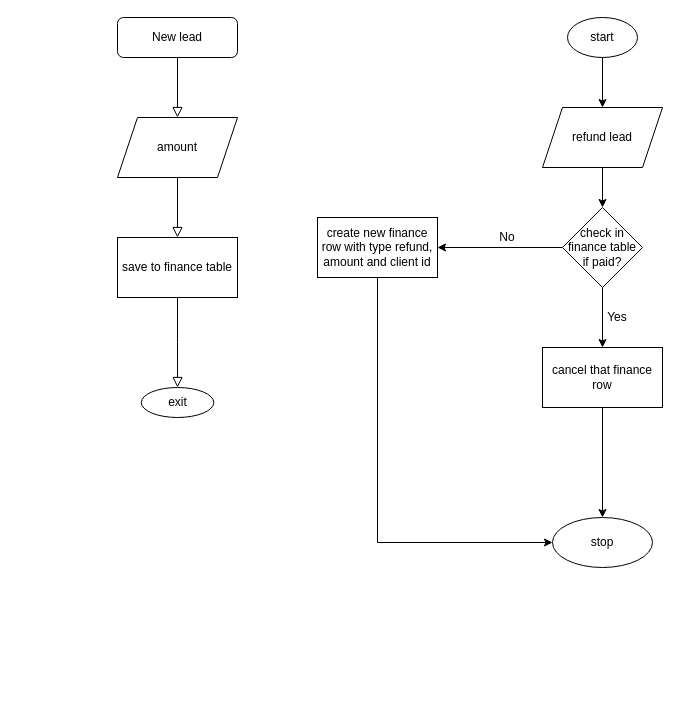
The draw.io diagram Untitled Diagram.drawio in bickyraj/hotel, before the edit. Source tidied: cells renumbered, new cells numbered last; positions are measured from the earlier drawing's top-left corner, leaving out a move shared by most shapes. Both pictures are drawn from the tidied source at 100%, with x=0, y=0 at pixel (117, 17).
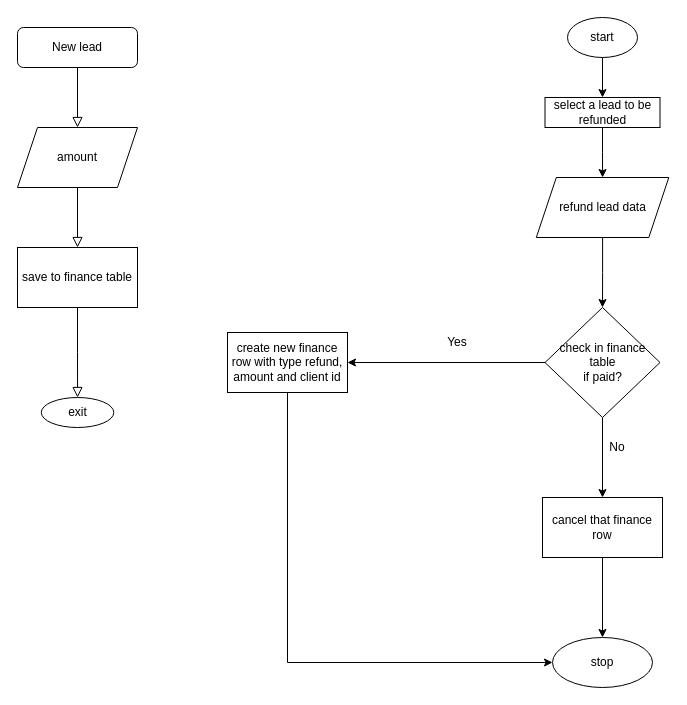
Above is the later version.

Unchanged cells that the change refers to:
```xml
<mxCell id="10" value="start&lt;br&gt;" style="ellipse;whiteSpace=wrap;html=1;" parent="1" vertex="1">
  <mxGeometry x="450" width="70" height="40" as="geometry" />
</mxCell>
```

The edit, as a diff of the source:
```diff
@@
     <mxCell id="3" value="New lead" style="rounded=1;whiteSpace=wrap;html=1;fontSize=12;glass=0;strokeWidth=1;shadow=0;" parent="1" vertex="1">
-      <mxGeometry width="120" height="40" as="geometry" />
+      <mxGeometry x="-100" y="10" width="120" height="40" as="geometry" />
     </mxCell>
     <mxCell id="4" value="amount" style="shape=parallelogram;perimeter=parallelogramPerimeter;whiteSpace=wrap;html=1;fixedSize=1;" parent="1" vertex="1">
-      <mxGeometry y="100" width="120" height="60" as="geometry" />
+      <mxGeometry x="-100" y="110" width="120" height="60" as="geometry" />
     </mxCell>
@@
     <mxCell id="6" value="save to finance table&lt;br&gt;" style="rounded=0;whiteSpace=wrap;html=1;" parent="1" vertex="1">
-      <mxGeometry y="220" width="120" height="60" as="geometry" />
+      <mxGeometry x="-100" y="230" width="120" height="60" as="geometry" />
     </mxCell>
@@
     <mxCell id="8" value="exit&lt;br&gt;" style="ellipse;whiteSpace=wrap;html=1;" parent="1" vertex="1">
-      <mxGeometry x="23.8" y="370" width="72.5" height="30" as="geometry" />
+      <mxGeometry x="-76.2" y="380" width="72.5" height="30" as="geometry" />
     </mxCell>
-    <mxCell id="9" style="edgeStyle=orthogonalEdgeStyle;rounded=0;jettySize=auto;html=1;" parent="1" edge="1" source="10" target="12">
+    <mxCell id="9" style="edgeStyle=orthogonalEdgeStyle;rounded=0;jettySize=auto;html=1;" parent="1" edge="1" source="23" target="12">
       <mxGeometry relative="1" as="geometry" />
     </mxCell>
@@
-    <mxCell id="12" value="refund lead" style="shape=parallelogram;perimeter=parallelogramPerimeter;whiteSpace=wrap;html=1;fixedSize=1;" parent="1" vertex="1">
-      <mxGeometry x="425" y="90" width="120" height="60" as="geometry" />
+    <mxCell id="12" value="refund lead data" style="shape=parallelogram;perimeter=parallelogramPerimeter;whiteSpace=wrap;html=1;fixedSize=1;" parent="1" vertex="1">
+      <mxGeometry x="418.8" y="160" width="132.5" height="60" as="geometry" />
     </mxCell>
@@
     <mxCell id="15" value="check in finance table&lt;br&gt;if paid?" style="rhombus;whiteSpace=wrap;html=1;" parent="1" vertex="1">
-      <mxGeometry x="445" y="190" width="80" height="80" as="geometry" />
+      <mxGeometry x="427.5" y="290" width="115" height="110" as="geometry" />
     </mxCell>
@@
     <mxCell id="17" value="cancel that finance row" style="rounded=0;whiteSpace=wrap;html=1;" parent="1" vertex="1">
-      <mxGeometry x="425" y="330" width="120" height="60" as="geometry" />
+      <mxGeometry x="425" y="480" width="120" height="60" as="geometry" />
     </mxCell>
-    <mxCell id="18" value="Yes" style="text;html=1;strokeColor=none;fillColor=none;align=center;verticalAlign=middle;whiteSpace=wrap;rounded=0;" parent="1" vertex="1">
-      <mxGeometry x="480" y="290" width="40" height="20" as="geometry" />
+    <mxCell id="18" value="No" style="text;html=1;strokeColor=none;fillColor=none;align=center;verticalAlign=middle;whiteSpace=wrap;rounded=0;" parent="1" vertex="1">
+      <mxGeometry x="480" y="420" width="40" height="20" as="geometry" />
     </mxCell>
     <mxCell id="19" style="edgeStyle=orthogonalEdgeStyle;rounded=0;jettySize=auto;html=1;entryX=0;entryY=0.5;entryDx=0;entryDy=0;" parent="1" edge="1" source="20" target="21">
       <mxGeometry relative="1" as="geometry">
         <Array as="points">
-          <mxPoint x="260" y="525" />
+          <mxPoint x="170" y="645" />
         </Array>
       </mxGeometry>
     </mxCell>
     <mxCell id="20" value="create new finance row with type refund, amount and client id" style="rounded=0;whiteSpace=wrap;html=1;" parent="1" vertex="1">
-      <mxGeometry x="200" y="200" width="120" height="60" as="geometry" />
+      <mxGeometry x="110" y="315" width="120" height="60" as="geometry" />
     </mxCell>
     <mxCell id="21" value="stop" style="ellipse;whiteSpace=wrap;html=1;" parent="1" vertex="1">
-      <mxGeometry x="435" y="500" width="100" height="50" as="geometry" />
+      <mxGeometry x="435" y="620" width="100" height="50" as="geometry" />
     </mxCell>
-    <mxCell id="22" value="No" style="text;html=1;strokeColor=none;fillColor=none;align=center;verticalAlign=middle;whiteSpace=wrap;rounded=0;" parent="1" vertex="1">
-      <mxGeometry x="370" y="210" width="40" height="20" as="geometry" />
+    <mxCell id="22" value="Yes" style="text;html=1;strokeColor=none;fillColor=none;align=center;verticalAlign=middle;whiteSpace=wrap;rounded=0;" parent="1" vertex="1">
+      <mxGeometry x="320" y="315" width="40" height="20" as="geometry" />
     </mxCell>
+    <mxCell id="23" value="select a lead to be refunded" style="rounded=0;whiteSpace=wrap;html=1;" parent="1" vertex="1">
+      <mxGeometry x="427.5" y="80" width="115" height="30" as="geometry" />
+    </mxCell>
+    <mxCell id="24" style="edgeStyle=orthogonalEdgeStyle;rounded=0;jettySize=auto;html=1;" parent="1" edge="1" source="10" target="23">
+      <mxGeometry relative="1" as="geometry" />
+    </mxCell>
```
